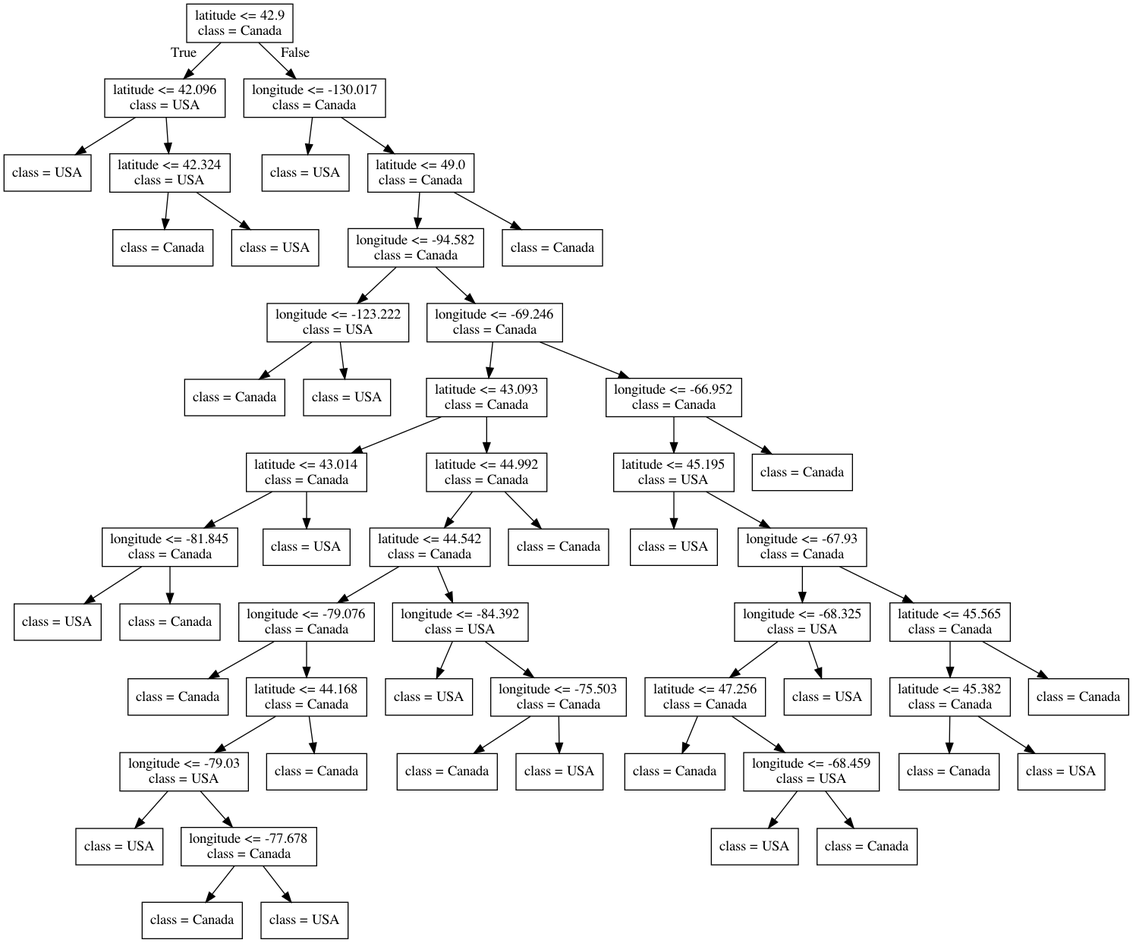
Before: lectures/Source.gv.png, a diagram exported from Graphviz (bait509-ubc/BAIT509). Its source is kept beside it as lectures/Source.gv.
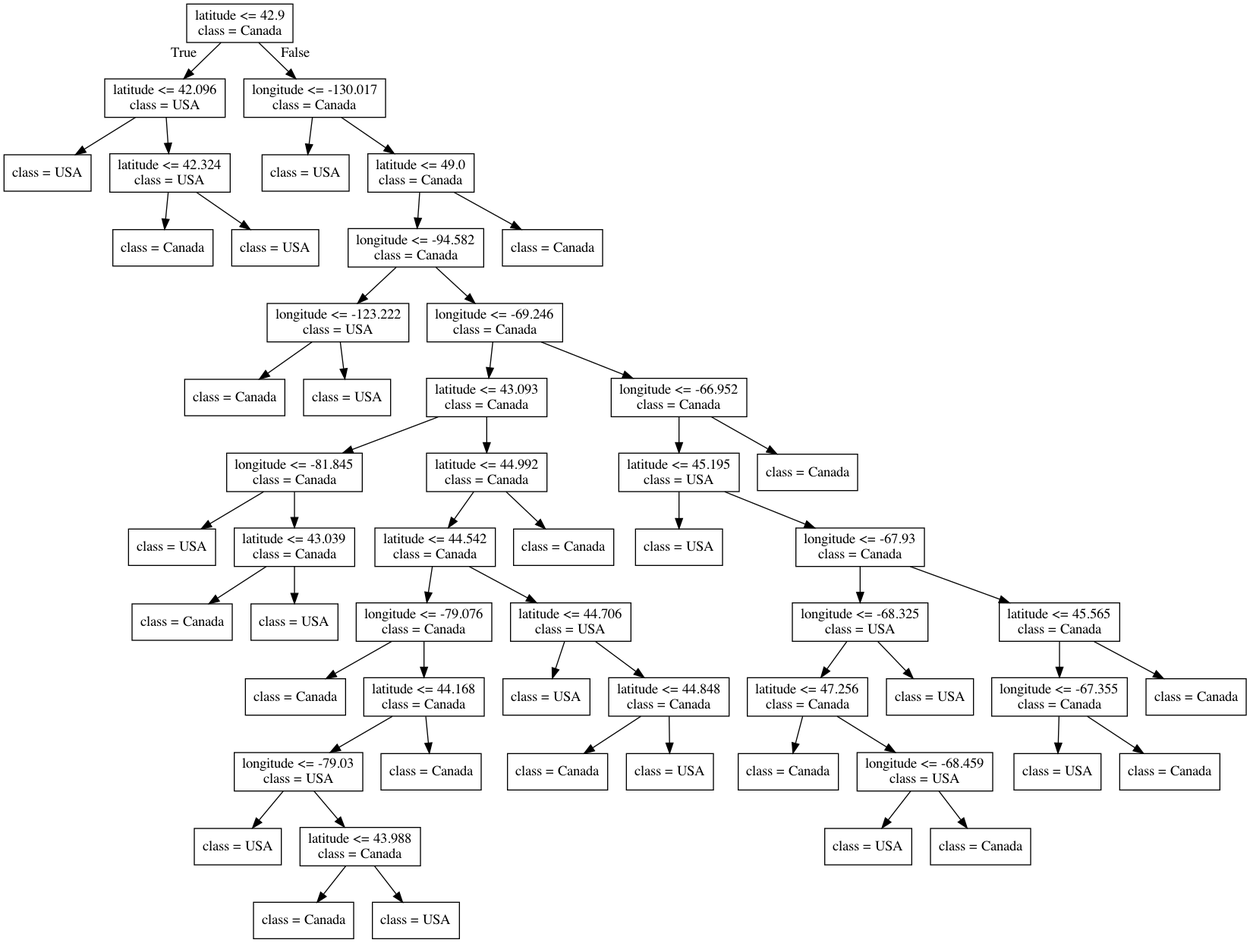
Above is the later version.

Diff of the diagram source:
```diff
@@ -29,16 +29,16 @@
 9 -> 13 ;
 14 [label="latitude <= 43.093\nclass = Canada"] ;
 13 -> 14 ;
-15 [label="latitude <= 43.014\nclass = Canada"] ;
+15 [label="longitude <= -81.845\nclass = Canada"] ;
 14 -> 15 ;
-16 [label="longitude <= -81.845\nclass = Canada"] ;
+16 [label="class = USA"] ;
 15 -> 16 ;
-17 [label="class = USA"] ;
-16 -> 17 ;
+17 [label="latitude <= 43.039\nclass = Canada"] ;
+15 -> 17 ;
 18 [label="class = Canada"] ;
-16 -> 18 ;
+17 -> 18 ;
 19 [label="class = USA"] ;
-15 -> 19 ;
+17 -> 19 ;
 20 [label="latitude <= 44.992\nclass = Canada"] ;
 14 -> 20 ;
 21 [label="latitude <= 44.542\nclass = Canada"] ;
@@ -53,7 +53,7 @@
 24 -> 25 ;
 26 [label="class = USA"] ;
 25 -> 26 ;
-27 [label="longitude <= -77.678\nclass = Canada"] ;
+27 [label="latitude <= 43.988\nclass = Canada"] ;
 25 -> 27 ;
 28 [label="class = Canada"] ;
 27 -> 28 ;
@@ -61,11 +61,11 @@
 27 -> 29 ;
 30 [label="class = Canada"] ;
 24 -> 30 ;
-31 [label="longitude <= -84.392\nclass = USA"] ;
+31 [label="latitude <= 44.706\nclass = USA"] ;
 21 -> 31 ;
 32 [label="class = USA"] ;
 31 -> 32 ;
-33 [label="longitude <= -75.503\nclass = Canada"] ;
+33 [label="latitude <= 44.848\nclass = Canada"] ;
 31 -> 33 ;
 34 [label="class = Canada"] ;
 33 -> 34 ;
@@ -97,11 +97,11 @@
 41 -> 47 ;
 48 [label="latitude <= 45.565\nclass = Canada"] ;
 40 -> 48 ;
-49 [label="latitude <= 45.382\nclass = Canada"] ;
+49 [label="longitude <= -67.355\nclass = Canada"] ;
 48 -> 49 ;
-50 [label="class = Canada"] ;
+50 [label="class = USA"] ;
 49 -> 50 ;
-51 [label="class = USA"] ;
+51 [label="class = Canada"] ;
 49 -> 51 ;
 52 [label="class = Canada"] ;
 48 -> 52 ;
```
